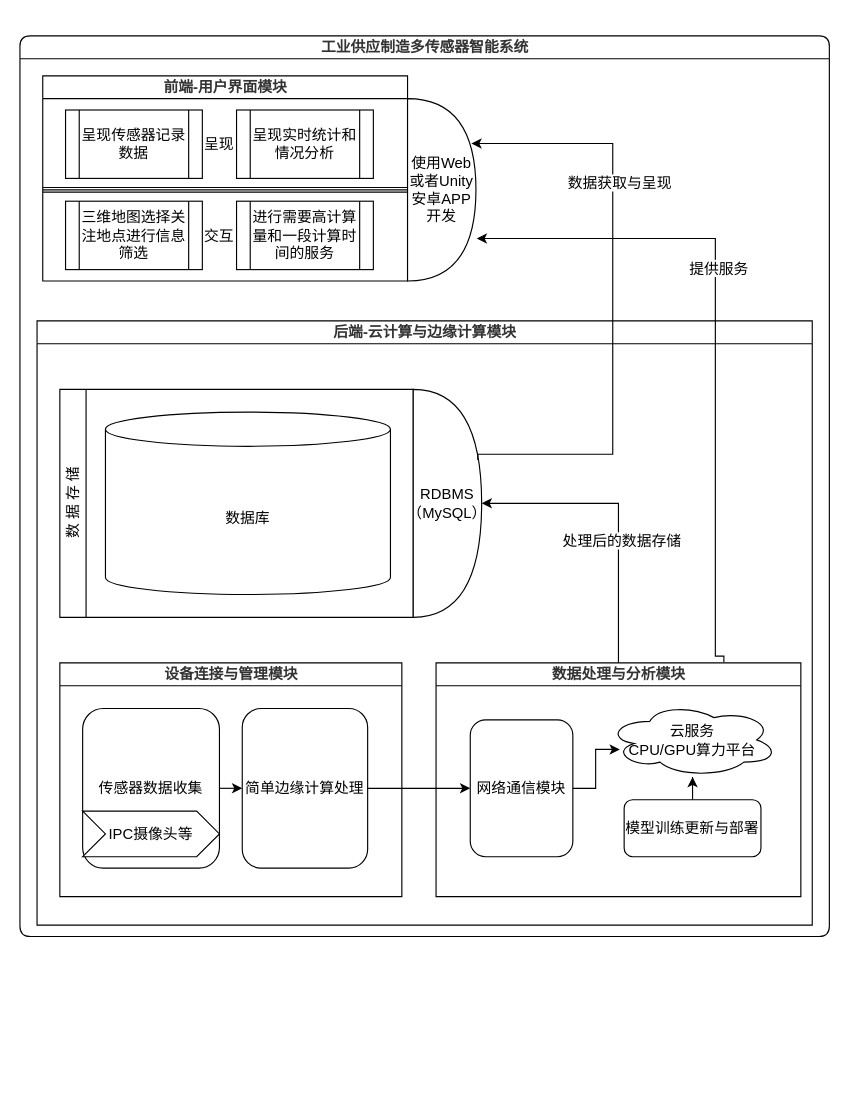
Earlier version of the draw.io diagram 未命名绘图.drawio (RuspeciaNervld/DrawIO). Source tidied: cells renumbered, new cells numbered last; positions are measured from the earlier drawing's top-left corner, leaving out a move shared by most shapes. Both pictures are drawn from the tidied source at 114%, with x=0, y=0 at pixel (19, 35).
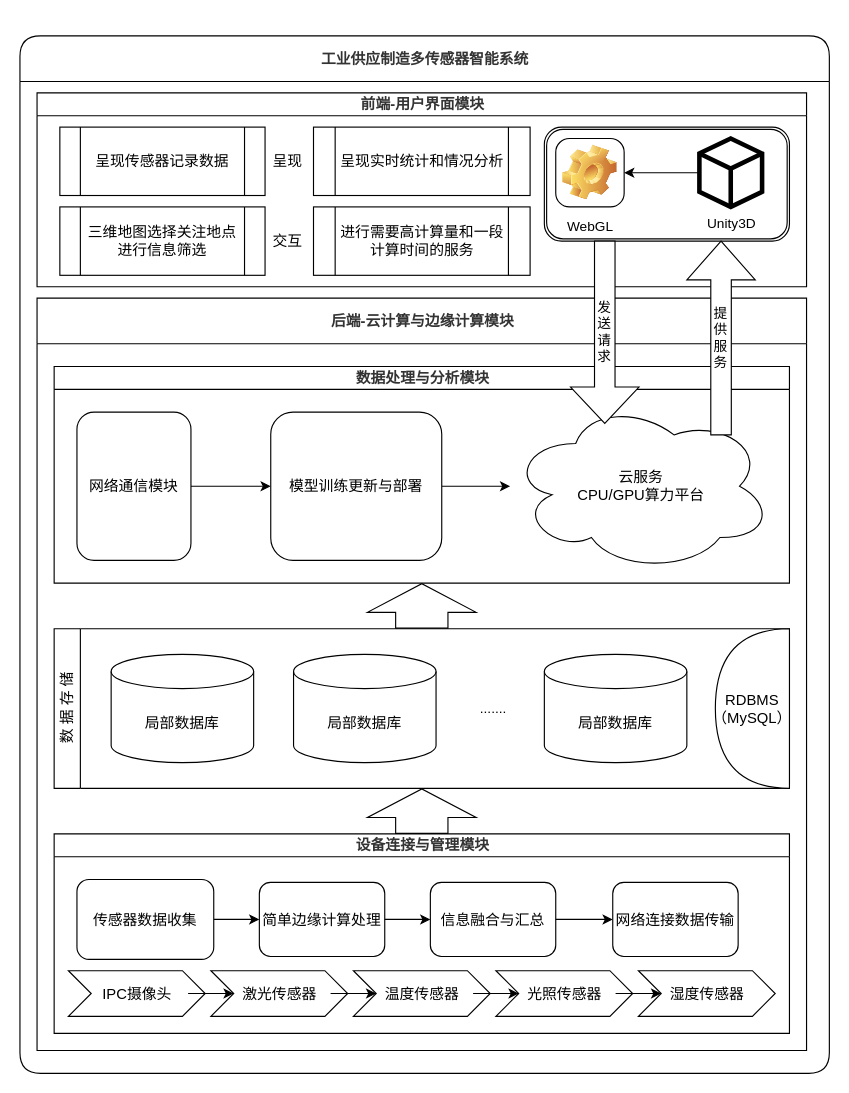
After the change.

Commit message:
更新未命名绘图.drawio

Change to the diagram source:
```diff
@@
-    <mxCell id="2" value="&lt;h1 style=&quot;box-sizing: border-box; break-inside: avoid; orphans: 4; font-size: 13px; margin-top: 1rem; margin-bottom: 1rem; position: relative; font-weight: var(--strong-weight); font-family: var(--heading-Latin-font), var(--title-Chinese-font), serif; column-span: all; counter-reset: h2 0; color: rgb(51, 51, 51); break-after: avoid !important;&quot; class=&quot;md-end-block md-heading md-focus&quot;&gt;工业供应制造多传感器智能系统&lt;/h1&gt;" style="swimlane;html=1;startSize=20;horizontal=1;containerType=tree;glass=0;rounded=1;fontSize=13;fontFamily=华文黑体;" parent="1" vertex="1">
-      <mxGeometry width="710" height="790" as="geometry" />
+    <mxCell id="2" value="&lt;h1 style=&quot;box-sizing: border-box; break-inside: avoid; orphans: 4; font-size: 13px; margin-top: 1rem; margin-bottom: 1rem; position: relative; font-weight: var(--strong-weight); font-family: var(--heading-Latin-font), var(--title-Chinese-font), serif; column-span: all; counter-reset: h2 0; color: rgb(51, 51, 51); break-after: avoid !important;&quot; class=&quot;md-end-block md-heading md-focus&quot;&gt;工业供应制造多传感器智能系统&lt;/h1&gt;" style="swimlane;html=1;startSize=40;horizontal=1;containerType=tree;glass=0;rounded=1;fontSize=13;fontFamily=华文黑体;" parent="1" vertex="1">
+      <mxGeometry width="710" height="910" as="geometry" />
     </mxCell>
-    <mxCell id="3" value="&lt;h1 style=&quot;box-sizing: border-box; break-inside: avoid; orphans: 4; font-size: 13px; margin-top: 1rem; margin-bottom: 1rem; position: relative; font-weight: var(--strong-weight); font-family: var(--heading-Latin-font), var(--title-Chinese-font), serif; column-span: all; counter-reset: h2 0; color: rgb(51, 51, 51); break-after: avoid !important;&quot; class=&quot;md-end-block md-heading md-focus&quot;&gt;后端-云计算与边缘计算模块&lt;br style=&quot;font-size: 13px;&quot;&gt;&lt;/h1&gt;" style="swimlane;html=1;startSize=20;horizontal=1;containerType=tree;glass=0;fontSize=13;fontFamily=华文黑体;" parent="2" vertex="1">
-      <mxGeometry x="15" y="250" width="680" height="530" as="geometry" />
+    <mxCell id="3" value="&lt;h1 style=&quot;box-sizing: border-box; break-inside: avoid; orphans: 4; font-size: 13px; margin-top: 1rem; margin-bottom: 1rem; position: relative; font-weight: var(--strong-weight); font-family: var(--heading-Latin-font), var(--title-Chinese-font), serif; column-span: all; counter-reset: h2 0; color: rgb(51, 51, 51); break-after: avoid !important;&quot; class=&quot;md-end-block md-heading md-focus&quot;&gt;后端-云计算与边缘计算模块&lt;br style=&quot;font-size: 13px;&quot;&gt;&lt;/h1&gt;" style="swimlane;html=1;startSize=40;horizontal=1;containerType=tree;glass=0;fontSize=13;fontFamily=华文黑体;" parent="2" vertex="1">
+      <mxGeometry x="15" y="230" width="675" height="660" as="geometry" />
     </mxCell>
     <mxCell id="4" value="&lt;h1 style=&quot;box-sizing: border-box; break-inside: avoid; orphans: 4; font-size: 13px; margin-top: 1rem; margin-bottom: 1rem; position: relative; font-weight: var(--strong-weight); font-family: var(--heading-Latin-font), var(--title-Chinese-font), serif; column-span: all; counter-reset: h2 0; color: rgb(51, 51, 51); break-after: avoid !important;&quot; class=&quot;md-end-block md-heading md-focus&quot;&gt;设备连接与管理模块&lt;br style=&quot;font-size: 13px;&quot;&gt;&lt;/h1&gt;" style="swimlane;html=1;startSize=20;horizontal=1;containerType=tree;glass=0;fontSize=13;fontFamily=华文黑体;" parent="3" vertex="1">
-      <mxGeometry x="20" y="300" width="300" height="205" as="geometry" />
+      <mxGeometry x="15" y="470" width="645" height="175" as="geometry" />
     </mxCell>
@@
     <mxCell id="6" value="传感器数据收集" style="rounded=1;whiteSpace=wrap;html=1;fontSize=13;fontFamily=华文黑体;" parent="4" vertex="1">
-      <mxGeometry x="20" y="40" width="120" height="140" as="geometry" />
+      <mxGeometry x="20" y="40" width="120" height="70" as="geometry" />
     </mxCell>
-    <mxCell id="7" value="IPC摄像头等" style="shape=step;perimeter=stepPerimeter;whiteSpace=wrap;html=1;fixedSize=1;fontSize=13;fontFamily=华文黑体;" parent="4" vertex="1">
-      <mxGeometry x="20" y="130" width="120" height="40" as="geometry" />
+    <mxCell id="7" value="IPC摄像头" style="shape=step;perimeter=stepPerimeter;whiteSpace=wrap;html=1;fixedSize=1;fontSize=13;fontFamily=华文黑体;" parent="4" vertex="1">
+      <mxGeometry x="12.5" y="120" width="120" height="40" as="geometry" />
     </mxCell>
     <mxCell id="8" value="简单边缘计算处理" style="rounded=1;whiteSpace=wrap;html=1;fontSize=13;fontFamily=华文黑体;" parent="4" vertex="1">
-      <mxGeometry x="160" y="40" width="110" height="140" as="geometry" />
+      <mxGeometry x="180" y="42.5" width="110" height="65" as="geometry" />
     </mxCell>
+    <mxCell id="35" style="edgeStyle=orthogonalEdgeStyle;rounded=0;jettySize=auto;html=1;" parent="4" edge="1" source="7" target="36">
+      <mxGeometry relative="1" as="geometry" />
+    </mxCell>
+    <mxCell id="36" value="激光传感器" style="shape=step;perimeter=stepPerimeter;whiteSpace=wrap;html=1;fixedSize=1;fontSize=13;fontFamily=华文黑体;" parent="4" vertex="1">
+      <mxGeometry x="137.5" y="120" width="120" height="40" as="geometry" />
+    </mxCell>
+    <mxCell id="37" style="edgeStyle=orthogonalEdgeStyle;rounded=0;jettySize=auto;html=1;" parent="4" edge="1" source="36" target="38">
+      <mxGeometry relative="1" as="geometry" />
+    </mxCell>
+    <mxCell id="38" value="温度传感器" style="shape=step;perimeter=stepPerimeter;whiteSpace=wrap;html=1;fixedSize=1;fontSize=13;fontFamily=华文黑体;" parent="4" vertex="1">
+      <mxGeometry x="262.5" y="120" width="120" height="40" as="geometry" />
+    </mxCell>
+    <mxCell id="39" style="edgeStyle=orthogonalEdgeStyle;rounded=0;jettySize=auto;html=1;" parent="4" edge="1" source="38" target="40">
+      <mxGeometry relative="1" as="geometry" />
+    </mxCell>
+    <mxCell id="40" value="光照传感器" style="shape=step;perimeter=stepPerimeter;whiteSpace=wrap;html=1;fixedSize=1;fontSize=13;fontFamily=华文黑体;" parent="4" vertex="1">
+      <mxGeometry x="387.5" y="120" width="120" height="40" as="geometry" />
+    </mxCell>
+    <mxCell id="41" style="edgeStyle=orthogonalEdgeStyle;rounded=0;jettySize=auto;html=1;" parent="4" edge="1" source="40" target="42">
+      <mxGeometry relative="1" as="geometry" />
+    </mxCell>
+    <mxCell id="42" value="湿度传感器" style="shape=step;perimeter=stepPerimeter;whiteSpace=wrap;html=1;fixedSize=1;fontSize=13;fontFamily=华文黑体;" parent="4" vertex="1">
+      <mxGeometry x="512.5" y="120" width="120" height="40" as="geometry" />
+    </mxCell>
+    <mxCell id="43" style="edgeStyle=orthogonalEdgeStyle;rounded=0;jettySize=auto;html=1;exitX=1;exitY=0.5;exitDx=0;exitDy=0;entryX=0;entryY=0.5;entryDx=0;entryDy=0;fontSize=13;fontFamily=华文黑体;" parent="4" edge="1" source="8" target="44">
+      <mxGeometry relative="1" as="geometry" />
+    </mxCell>
+    <mxCell id="44" value="信息融合与汇总" style="rounded=1;whiteSpace=wrap;html=1;fontSize=13;fontFamily=华文黑体;" parent="4" vertex="1">
+      <mxGeometry x="330" y="42.5" width="110" height="65" as="geometry" />
+    </mxCell>
+    <mxCell id="45" style="edgeStyle=orthogonalEdgeStyle;rounded=0;jettySize=auto;html=1;exitX=1;exitY=0.5;exitDx=0;exitDy=0;entryX=0;entryY=0.5;entryDx=0;entryDy=0;fontSize=13;fontFamily=华文黑体;" parent="4" edge="1" source="44" target="46">
+      <mxGeometry relative="1" as="geometry" />
+    </mxCell>
+    <mxCell id="46" value="网络连接数据传输" style="rounded=1;whiteSpace=wrap;html=1;fontSize=13;fontFamily=华文黑体;" parent="4" vertex="1">
+      <mxGeometry x="490" y="42.5" width="110" height="65" as="geometry" />
+    </mxCell>
+    <mxCell id="15" value="&lt;span style=&quot;font-weight: normal; font-size: 13px;&quot;&gt;数 据 存 储&lt;/span&gt;" style="swimlane;horizontal=0;whiteSpace=wrap;html=1;fontSize=13;fontFamily=华文黑体;" parent="3" vertex="1">
+      <mxGeometry x="15" y="290" width="645" height="140" as="geometry" />
+    </mxCell>
+    <mxCell id="16" value="局部数据库" style="shape=cylinder3;whiteSpace=wrap;html=1;boundedLbl=1;backgroundOutline=1;size=15;fontSize=13;fontFamily=华文黑体;" parent="15" vertex="1">
+      <mxGeometry x="50" y="22.5" width="125" height="95" as="geometry" />
+    </mxCell>
+    <mxCell id="47" value="局部数据库" style="shape=cylinder3;whiteSpace=wrap;html=1;boundedLbl=1;backgroundOutline=1;size=15;fontSize=13;fontFamily=华文黑体;" parent="15" vertex="1">
+      <mxGeometry x="210" y="22.5" width="125" height="95" as="geometry" />
+    </mxCell>
+    <mxCell id="48" value="局部数据库" style="shape=cylinder3;whiteSpace=wrap;html=1;boundedLbl=1;backgroundOutline=1;size=15;fontSize=13;fontFamily=华文黑体;" parent="15" vertex="1">
+      <mxGeometry x="430" y="22.5" width="125" height="95" as="geometry" />
+    </mxCell>
+    <mxCell id="49" value="......." style="text;html=1;align=center;verticalAlign=middle;strokeColor=none;fillColor=none;" parent="15" vertex="1">
+      <mxGeometry x="360" y="55" width="50" height="30" as="geometry" />
+    </mxCell>
+    <mxCell id="17" value="RDBMS&lt;br style=&quot;font-size: 13px;&quot;&gt;（MySQL）" style="shape=or;whiteSpace=wrap;html=1;fontSize=13;fontFamily=华文黑体;direction=west;" parent="15" vertex="1">
+      <mxGeometry x="580" width="65" height="140" as="geometry" />
+    </mxCell>
+    <mxCell id="50" style="shape=flexArrow;endArrow=classic;html=1;rounded=0;entryX=0.5;entryY=1;entryDx=0;entryDy=0;endWidth=48.46153846153846;endSize=8.047058823529412;width=45.88235294117647;" parent="3" edge="1" source="4" target="15">
+      <mxGeometry relative="1" as="geometry" />
+    </mxCell>
     <mxCell id="9" value="&lt;h1 style=&quot;box-sizing: border-box; break-inside: avoid; orphans: 4; font-size: 13px; margin-top: 1rem; margin-bottom: 1rem; position: relative; font-weight: var(--strong-weight); font-family: var(--heading-Latin-font), var(--title-Chinese-font), serif; column-span: all; counter-reset: h2 0; color: rgb(51, 51, 51); break-after: avoid !important;&quot; class=&quot;md-end-block md-heading md-focus&quot;&gt;数据处理与分析模块&lt;br style=&quot;font-size: 13px;&quot;&gt;&lt;/h1&gt;" style="swimlane;html=1;startSize=20;horizontal=1;containerType=tree;glass=0;fontSize=13;fontFamily=华文黑体;" parent="3" vertex="1">
-      <mxGeometry x="350" y="300" width="320" height="205" as="geometry" />
+      <mxGeometry x="15" y="60" width="645" height="190" as="geometry" />
     </mxCell>
     <mxCell id="10" value="云服务&lt;br style=&quot;font-size: 13px;&quot;&gt;CPU/GPU算力平台" style="ellipse;shape=cloud;whiteSpace=wrap;html=1;fontSize=13;fontFamily=华文黑体;" parent="9" vertex="1">
-      <mxGeometry x="150" y="35" width="150" height="65" as="geometry" />
+      <mxGeometry x="400" y="30" width="230" height="150" as="geometry" />
     </mxCell>
+    <mxCell id="51" style="edgeStyle=orthogonalEdgeStyle;rounded=0;jettySize=auto;html=1;entryX=0;entryY=0.5;entryDx=0;entryDy=0;" parent="9" edge="1" source="11" target="13">
+      <mxGeometry relative="1" as="geometry" />
+    </mxCell>
     <mxCell id="11" value="网络通信模块" style="rounded=1;whiteSpace=wrap;html=1;fontSize=13;fontFamily=华文黑体;" parent="9" vertex="1">
-      <mxGeometry x="30" y="50" width="90" height="120" as="geometry" />
+      <mxGeometry x="20" y="40" width="100" height="130" as="geometry" />
     </mxCell>
@@
     <mxCell id="13" value="模型训练更新与部署" style="rounded=1;whiteSpace=wrap;html=1;fontSize=13;fontFamily=华文黑体;" parent="9" vertex="1">
-      <mxGeometry x="165" y="120" width="120" height="50" as="geometry" />
+      <mxGeometry x="190" y="40" width="150" height="130" as="geometry" />
     </mxCell>
-    <mxCell id="14" style="edgeStyle=orthogonalEdgeStyle;rounded=0;jettySize=auto;html=1;entryX=0.075;entryY=0.629;entryDx=0;entryDy=0;entryPerimeter=0;fontSize=13;fontFamily=华文黑体;" parent="9" edge="1" source="11" target="10">
-      <mxGeometry relative="1" as="geometry" />
-    </mxCell>
-    <mxCell id="15" value="&lt;span style=&quot;font-weight: normal; font-size: 13px;&quot;&gt;数 据 存 储&lt;/span&gt;" style="swimlane;horizontal=0;whiteSpace=wrap;html=1;fontSize=13;fontFamily=华文黑体;" parent="3" vertex="1">
-      <mxGeometry x="20" y="60" width="310" height="200" as="geometry" />
-    </mxCell>
-    <mxCell id="16" value="数据库" style="shape=cylinder3;whiteSpace=wrap;html=1;boundedLbl=1;backgroundOutline=1;size=15;fontSize=13;fontFamily=华文黑体;" parent="15" vertex="1">
-      <mxGeometry x="40" y="20" width="250" height="160" as="geometry" />
-    </mxCell>
-    <mxCell id="17" value="RDBMS&lt;br style=&quot;font-size: 13px;&quot;&gt;（MySQL）" style="shape=or;whiteSpace=wrap;html=1;fontSize=13;fontFamily=华文黑体;" parent="3" vertex="1">
-      <mxGeometry x="330" y="60" width="60" height="200" as="geometry" />
-    </mxCell>
-    <mxCell id="18" style="edgeStyle=orthogonalEdgeStyle;rounded=0;jettySize=auto;html=1;entryX=1;entryY=0.5;entryDx=0;entryDy=0;entryPerimeter=0;fontSize=13;fontFamily=华文黑体;" parent="3" edge="1" source="9" target="17">
-      <mxGeometry relative="1" as="geometry" />
-    </mxCell>
-    <mxCell id="19" value="处理后的数据存储" style="edgeLabel;html=1;align=center;verticalAlign=middle;fontSize=13;fontFamily=华文黑体;" parent="18" vertex="1">
-      <mxGeometry x="-0.17" y="-2" relative="1" as="geometry" />
-    </mxCell>
-    <mxCell id="20" style="edgeStyle=orthogonalEdgeStyle;rounded=0;jettySize=auto;html=1;exitX=1;exitY=0.5;exitDx=0;exitDy=0;entryX=0;entryY=0.5;entryDx=0;entryDy=0;fontSize=13;fontFamily=华文黑体;" parent="3" edge="1" source="8" target="11">
-      <mxGeometry relative="1" as="geometry" />
-    </mxCell>
+    <mxCell id="52" style="shape=flexArrow;endArrow=classic;html=1;rounded=0;endWidth=48.46153846153846;endSize=8.047058823529412;width=45.88235294117647;entryX=0.5;entryY=1;entryDx=0;entryDy=0;" parent="3" edge="1" source="15" target="9">
+      <mxGeometry relative="1" as="geometry" />
+    </mxCell>
     <mxCell id="21" value="&lt;h1 style=&quot;box-sizing: border-box; break-inside: avoid; orphans: 4; font-size: 13px; margin-top: 1rem; margin-bottom: 1rem; position: relative; font-weight: var(--strong-weight); font-family: var(--heading-Latin-font), var(--title-Chinese-font), serif; column-span: all; counter-reset: h2 0; color: rgb(51, 51, 51); break-after: avoid !important;&quot; class=&quot;md-end-block md-heading md-focus&quot;&gt;前端-用户界面模块&lt;br style=&quot;font-size: 13px;&quot;&gt;&lt;/h1&gt;" style="swimlane;html=1;startSize=20;horizontal=1;containerType=tree;glass=0;fontSize=13;fontFamily=华文黑体;" parent="2" vertex="1">
-      <mxGeometry x="20" y="35" width="320" height="180" as="geometry" />
+      <mxGeometry x="15" y="50" width="675" height="170" as="geometry" />
     </mxCell>
+    <mxCell id="53" style="shape=ext;double=1;rounded=1;whiteSpace=wrap;html=1;" parent="21" vertex="1">
+      <mxGeometry x="445" y="30" width="215" height="100" as="geometry" />
+    </mxCell>
     <mxCell id="22" value="呈现传感器记录数据" style="shape=process;whiteSpace=wrap;html=1;backgroundOutline=1;fontSize=13;fontFamily=华文黑体;" parent="21" vertex="1">
-      <mxGeometry x="20" y="30" width="120" height="60" as="geometry" />
+      <mxGeometry x="20" y="30" width="180" height="60" as="geometry" />
     </mxCell>
     <mxCell id="23" value="三维地图选择关注地点进行信息筛选" style="shape=process;whiteSpace=wrap;html=1;backgroundOutline=1;fontSize=13;fontFamily=华文黑体;" parent="21" vertex="1">
-      <mxGeometry x="20" y="110" width="120" height="60" as="geometry" />
+      <mxGeometry x="20" y="100" width="180" height="60" as="geometry" />
     </mxCell>
     <mxCell id="24" value="呈现" style="text;html=1;strokeColor=none;fillColor=none;align=center;verticalAlign=middle;whiteSpace=wrap;rounded=0;fontSize=13;fontFamily=华文黑体;" parent="21" vertex="1">
-      <mxGeometry x="140" y="30" width="30" height="60" as="geometry" />
+      <mxGeometry x="205" y="30" width="30" height="60" as="geometry" />
     </mxCell>
     <mxCell id="25" value="呈现实时统计和情况分析" style="shape=process;whiteSpace=wrap;html=1;backgroundOutline=1;fontSize=13;fontFamily=华文黑体;" parent="21" vertex="1">
-      <mxGeometry x="170" y="30" width="120" height="60" as="geometry" />
+      <mxGeometry x="242.5" y="30" width="190" height="60" as="geometry" />
     </mxCell>
     <mxCell id="26" value="进行需要高计算量和一段计算时间的服务" style="shape=process;whiteSpace=wrap;html=1;backgroundOutline=1;fontSize=13;fontFamily=华文黑体;" parent="21" vertex="1">
-      <mxGeometry x="170" y="110" width="120" height="60" as="geometry" />
+      <mxGeometry x="242.5" y="100" width="190" height="60" as="geometry" />
     </mxCell>
     <mxCell id="27" value="交互" style="text;html=1;strokeColor=none;fillColor=none;align=center;verticalAlign=middle;whiteSpace=wrap;rounded=0;fontSize=13;fontFamily=华文黑体;" parent="21" vertex="1">
-      <mxGeometry x="140" y="110" width="30" height="60" as="geometry" />
+      <mxGeometry x="205" y="100" width="30" height="60" as="geometry" />
     </mxCell>
-    <mxCell id="28" value="使用Web或者Unity安卓APP开发" style="shape=or;whiteSpace=wrap;html=1;fontSize=13;fontFamily=华文黑体;" parent="2" vertex="1">
-      <mxGeometry x="340" y="55" width="60" height="160" as="geometry" />
-    </mxCell>
-    <mxCell id="29" style="edgeStyle=orthogonalEdgeStyle;rounded=0;jettySize=auto;html=1;entryX=0.933;entryY=0.246;entryDx=0;entryDy=0;entryPerimeter=0;exitX=0.944;exitY=0.31;exitDx=0;exitDy=0;exitPerimeter=0;fontSize=13;fontFamily=华文黑体;" parent="2" edge="1" source="17" target="28">
-      <mxGeometry relative="1" as="geometry">
-        <Array as="points">
-          <mxPoint x="520" y="367" />
-          <mxPoint x="520" y="94" />
-        </Array>
-      </mxGeometry>
-    </mxCell>
-    <mxCell id="30" value="数据获取与呈现" style="edgeLabel;html=1;align=center;verticalAlign=middle;fontSize=13;fontFamily=华文黑体;" parent="29" vertex="1">
-      <mxGeometry x="0.23" relative="1" as="geometry">
-        <mxPoint x="5" y="-42" as="offset" />
-      </mxGeometry>
-    </mxCell>
-    <mxCell id="31" style="edgeStyle=orthogonalEdgeStyle;rounded=0;jettySize=auto;html=1;entryX=1.011;entryY=0.767;entryDx=0;entryDy=0;entryPerimeter=0;exitX=0.789;exitY=-0.003;exitDx=0;exitDy=0;exitPerimeter=0;fontSize=13;fontFamily=华文黑体;" parent="2" edge="1" source="9" target="28">
-      <mxGeometry relative="1" as="geometry">
-        <Array as="points">
-          <mxPoint x="610" y="544" />
-          <mxPoint x="610" y="178" />
-        </Array>
-      </mxGeometry>
-    </mxCell>
-    <mxCell id="32" value="提供服务" style="edgeLabel;html=1;align=center;verticalAlign=middle;fontSize=13;fontFamily=华文黑体;" parent="31" vertex="1">
-      <mxGeometry x="0.2" y="-2" relative="1" as="geometry" />
-    </mxCell>
-    <mxCell id="33" style="endArrow=none;html=1;rounded=0;fontSize=13;fontFamily=华文黑体;" parent="2" edge="1">
-      <mxGeometry relative="1" as="geometry">
-        <mxPoint x="20" y="135" as="sourcePoint" />
-        <mxPoint x="340" y="135" as="targetPoint" />
-      </mxGeometry>
-    </mxCell>
-    <mxCell id="34" style="shape=link;html=1;rounded=0;fontSize=13;fontFamily=华文黑体;" parent="2" edge="1">
-      <mxGeometry relative="1" as="geometry">
-        <mxPoint x="20" y="135" as="sourcePoint" />
-        <mxPoint x="340" y="135" as="targetPoint" />
-      </mxGeometry>
-    </mxCell>
+    <mxCell id="54" style="edgeStyle=orthogonalEdgeStyle;rounded=0;jettySize=auto;html=1;entryX=1;entryY=0.5;entryDx=0;entryDy=0;" parent="21" edge="1" source="55" target="57">
+      <mxGeometry relative="1" as="geometry" />
+    </mxCell>
+    <mxCell id="55" style="html=1;whiteSpace=wrap;shape=isoCube2;backgroundOutline=1;isoAngle=15;strokeWidth=4;" parent="21" vertex="1">
+      <mxGeometry x="581" y="40" width="55" height="60" as="geometry" />
+    </mxCell>
+    <mxCell id="56" value="Unity3D" style="text;html=1;align=center;verticalAlign=middle;strokeColor=none;fillColor=none;" parent="21" vertex="1">
+      <mxGeometry x="573.5" y="100" width="70" height="30" as="geometry" />
+    </mxCell>
+    <mxCell id="57" value="WebGL" style="icon;html=1;image=img/clipart/Gear_128x128.png;arcSize=20;" parent="21" vertex="1">
+      <mxGeometry x="455" y="40" width="60" height="60" as="geometry" />
+    </mxCell>
+    <mxCell id="58" value="提&lt;br&gt;供&lt;br&gt;服&lt;br&gt;务" style="shape=singleArrow;direction=north;whiteSpace=wrap;html=1;" parent="21" vertex="1">
+      <mxGeometry x="570" y="130" width="60" height="170" as="geometry" />
+    </mxCell>
+    <mxCell id="59" value="发&lt;br&gt;送&lt;br&gt;请&lt;br&gt;求" style="shape=singleArrow;direction=south;whiteSpace=wrap;html=1;" parent="21" vertex="1">
+      <mxGeometry x="468" y="130" width="60" height="160" as="geometry" />
+    </mxCell>
```
